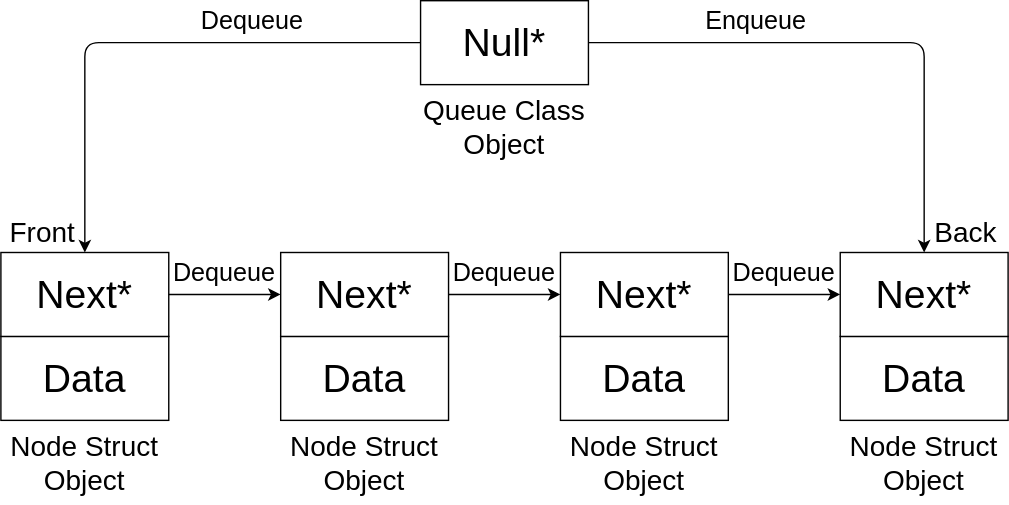
The draw.io diagram Diagrams/Linked_List_Queue.svg in DominicSieli/Computer-Science, before a commit. Source tidied: cells renumbered, new cells last; positions are measured from the earlier drawing's top-left corner, leaving out a move shared by most shapes.
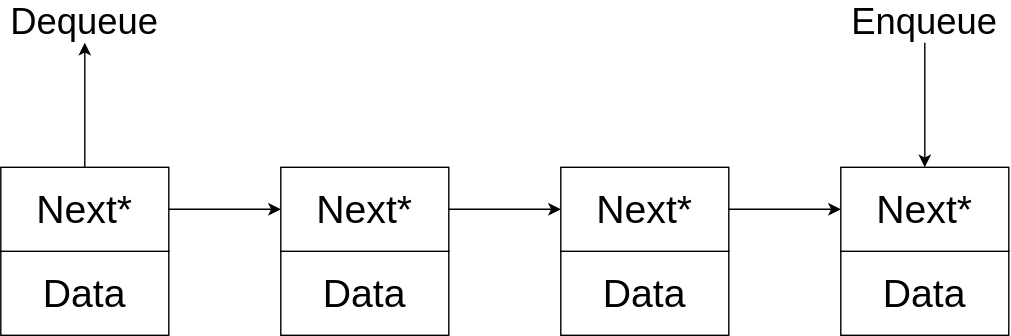
The same diagram one commit later.

The edit, as a diff of the source:
```diff
@@ -5,6 +5,9 @@
     <mxCell id="2" value="&lt;font style=&quot;font-size: 28px&quot;&gt;Data&lt;/font&gt;" style="rounded=0;whiteSpace=wrap;html=1;" parent="1" vertex="1">
       <mxGeometry y="240" width="120" height="60" as="geometry" />
     </mxCell>
+    <mxCell id="28" style="edgeStyle=orthogonalEdgeStyle;rounded=0;jettySize=auto;html=1;entryX=0.5;entryY=1;entryDx=0;entryDy=0;" parent="1" edge="1" source="3" target="27">
+      <mxGeometry relative="1" as="geometry" />
+    </mxCell>
     <mxCell id="3" value="&lt;font style=&quot;font-size: 28px&quot;&gt;Next*&lt;/font&gt;" style="rounded=0;whiteSpace=wrap;html=1;" parent="1" vertex="1">
       <mxGeometry y="180" width="120" height="60" as="geometry" />
     </mxCell>
@@ -35,59 +38,14 @@
     <mxCell id="12" style="endArrow=classic;html=1;entryX=0;entryY=0.5;entryDx=0;entryDy=0;exitX=1;exitY=0.5;exitDx=0;exitDy=0;" parent="1" edge="1" source="7" target="9">
       <mxGeometry relative="1" as="geometry" />
     </mxCell>
-    <mxCell id="13" value="&lt;font style=&quot;font-size: 28px&quot;&gt;Null*&lt;/font&gt;" style="rounded=0;whiteSpace=wrap;html=1;" parent="1" vertex="1">
-      <mxGeometry x="300" width="120" height="60" as="geometry" />
-    </mxCell>
-    <mxCell id="14" value="&lt;font style=&quot;font-size: 20px&quot;&gt;Queue Class&lt;br&gt;Object&lt;br&gt;&lt;/font&gt;" style="text;html=1;strokeColor=none;fillColor=none;align=center;verticalAlign=middle;whiteSpace=wrap;rounded=0;" parent="1" vertex="1">
-      <mxGeometry x="300" y="60" width="120" height="60" as="geometry" />
-    </mxCell>
-    <mxCell id="15" value="&lt;font style=&quot;font-size: 20px&quot;&gt;Front&lt;/font&gt;" style="text;html=1;strokeColor=none;fillColor=none;align=center;verticalAlign=middle;whiteSpace=wrap;rounded=0;" parent="1" vertex="1">
-      <mxGeometry y="150" width="60" height="30" as="geometry" />
-    </mxCell>
-    <mxCell id="16" value="&lt;font style=&quot;font-size: 20px&quot;&gt;Node Struct&lt;br&gt;Object&lt;br&gt;&lt;/font&gt;" style="text;html=1;strokeColor=none;fillColor=none;align=center;verticalAlign=middle;whiteSpace=wrap;rounded=0;" parent="1" vertex="1">
-      <mxGeometry y="300" width="120" height="60" as="geometry" />
-    </mxCell>
-    <mxCell id="17" value="&lt;font style=&quot;font-size: 20px&quot;&gt;Node Struct&lt;br&gt;Object&lt;br&gt;&lt;/font&gt;" style="text;html=1;strokeColor=none;fillColor=none;align=center;verticalAlign=middle;whiteSpace=wrap;rounded=0;" parent="1" vertex="1">
-      <mxGeometry x="200" y="300" width="120" height="60" as="geometry" />
-    </mxCell>
-    <mxCell id="18" value="&lt;font style=&quot;font-size: 20px&quot;&gt;Node Struct&lt;br&gt;Object&lt;br&gt;&lt;/font&gt;" style="text;html=1;strokeColor=none;fillColor=none;align=center;verticalAlign=middle;whiteSpace=wrap;rounded=0;" parent="1" vertex="1">
-      <mxGeometry x="400" y="300" width="120" height="60" as="geometry" />
-    </mxCell>
-    <mxCell id="19" value="&lt;font style=&quot;font-size: 20px&quot;&gt;Node Struct&lt;br&gt;Object&lt;br&gt;&lt;/font&gt;" style="text;html=1;strokeColor=none;fillColor=none;align=center;verticalAlign=middle;whiteSpace=wrap;rounded=0;" parent="1" vertex="1">
-      <mxGeometry x="600" y="300" width="120" height="60" as="geometry" />
-    </mxCell>
-    <mxCell id="20" style="endArrow=classic;html=1;exitX=1;exitY=0.5;exitDx=0;exitDy=0;entryX=0;entryY=1;entryDx=0;entryDy=0;" parent="1" edge="1" source="13">
-      <mxGeometry relative="1" as="geometry">
-        <mxPoint x="660" y="180" as="targetPoint" />
-        <Array as="points">
-          <mxPoint x="660" y="30" />
-        </Array>
-      </mxGeometry>
-    </mxCell>
-    <mxCell id="21" value="&lt;font style=&quot;font-size: 20px&quot;&gt;Back&lt;/font&gt;" style="text;html=1;strokeColor=none;fillColor=none;align=center;verticalAlign=middle;whiteSpace=wrap;rounded=0;" parent="1" vertex="1">
-      <mxGeometry x="660" y="150" width="60" height="30" as="geometry" />
-    </mxCell>
+    <mxCell id="29" style="edgeStyle=orthogonalEdgeStyle;rounded=0;jettySize=auto;html=1;entryX=0.5;entryY=0;entryDx=0;entryDy=0;" parent="1" edge="1" source="22" target="9">
+      <mxGeometry relative="1" as="geometry" />
+    </mxCell>
-    <mxCell id="22" value="&lt;font style=&quot;font-size: 18px&quot;&gt;Enqueue&lt;/font&gt;" style="text;html=1;strokeColor=none;fillColor=none;align=center;verticalAlign=middle;whiteSpace=wrap;rounded=0;" parent="1" vertex="1">
-      <mxGeometry x="500" width="80" height="30" as="geometry" />
+    <mxCell id="22" value="&lt;font style=&quot;font-size: 26px&quot;&gt;Enqueue&lt;/font&gt;" style="text;html=1;strokeColor=none;fillColor=none;align=center;verticalAlign=middle;whiteSpace=wrap;rounded=0;" parent="1" vertex="1">
+      <mxGeometry x="620" y="61" width="80" height="30" as="geometry" />
     </mxCell>
-    <mxCell id="23" value="&lt;font style=&quot;font-size: 18px&quot;&gt;Dequeue&lt;/font&gt;" style="text;html=1;strokeColor=none;fillColor=none;align=center;verticalAlign=middle;whiteSpace=wrap;rounded=0;" parent="1" vertex="1">
-      <mxGeometry x="120" y="180" width="80" height="30" as="geometry" />
-    </mxCell>
-    <mxCell id="24" value="&lt;span style=&quot;font-size: 18px&quot;&gt;Dequeue&lt;/span&gt;" style="text;html=1;strokeColor=none;fillColor=none;align=center;verticalAlign=middle;whiteSpace=wrap;rounded=0;" parent="1" vertex="1">
-      <mxGeometry x="320" y="180" width="80" height="30" as="geometry" />
-    </mxCell>
-    <mxCell id="25" value="&lt;span style=&quot;font-size: 18px&quot;&gt;Dequeue&lt;/span&gt;" style="text;html=1;strokeColor=none;fillColor=none;align=center;verticalAlign=middle;whiteSpace=wrap;rounded=0;" parent="1" vertex="1">
-      <mxGeometry x="520" y="180" width="80" height="30" as="geometry" />
-    </mxCell>
-    <mxCell id="26" style="endArrow=classic;html=1;exitX=0;exitY=0.5;exitDx=0;exitDy=0;entryX=1;entryY=1;entryDx=0;entryDy=0;" parent="1" edge="1" source="13" target="15">
-      <mxGeometry relative="1" as="geometry">
-        <Array as="points">
-          <mxPoint x="60" y="30" />
-        </Array>
-      </mxGeometry>
-    </mxCell>
-    <mxCell id="27" value="&lt;font style=&quot;font-size: 18px&quot;&gt;Dequeue&lt;/font&gt;" style="text;html=1;strokeColor=none;fillColor=none;align=center;verticalAlign=middle;whiteSpace=wrap;rounded=0;" parent="1" vertex="1">
-      <mxGeometry x="140" width="80" height="30" as="geometry" />
+    <mxCell id="27" value="&lt;font style=&quot;font-size: 26px&quot;&gt;Dequeue&lt;/font&gt;" style="text;html=1;strokeColor=none;fillColor=none;align=center;verticalAlign=middle;whiteSpace=wrap;rounded=0;" parent="1" vertex="1">
+      <mxGeometry x="20" y="61" width="80" height="30" as="geometry" />
     </mxCell>
   </root>
 </mxGraphModel>
```
